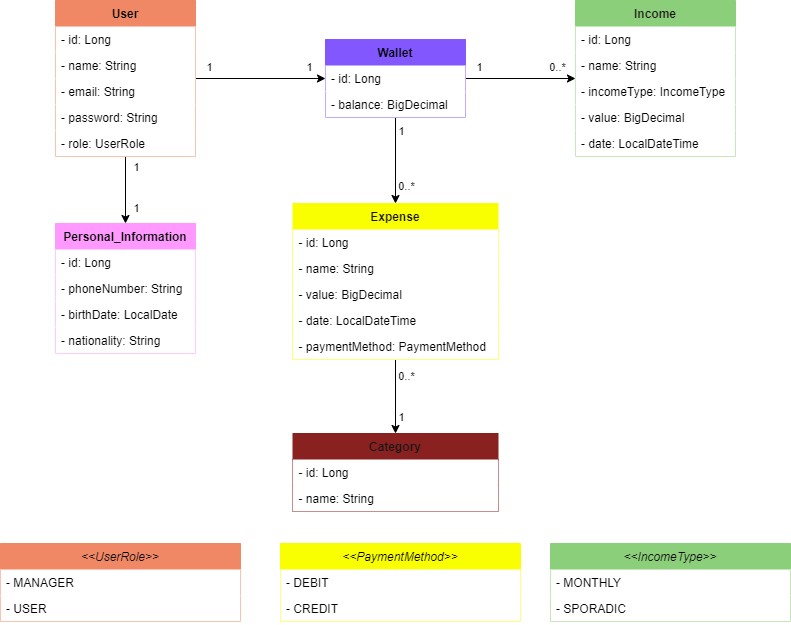
luizfiliperm/finance-api keeps this draw.io diagram as uml.png. Above is the earlier version. Source tidied: cells renumbered, new cells last; positions are measured from the earlier drawing's top-left corner, leaving out a move shared by most shapes.
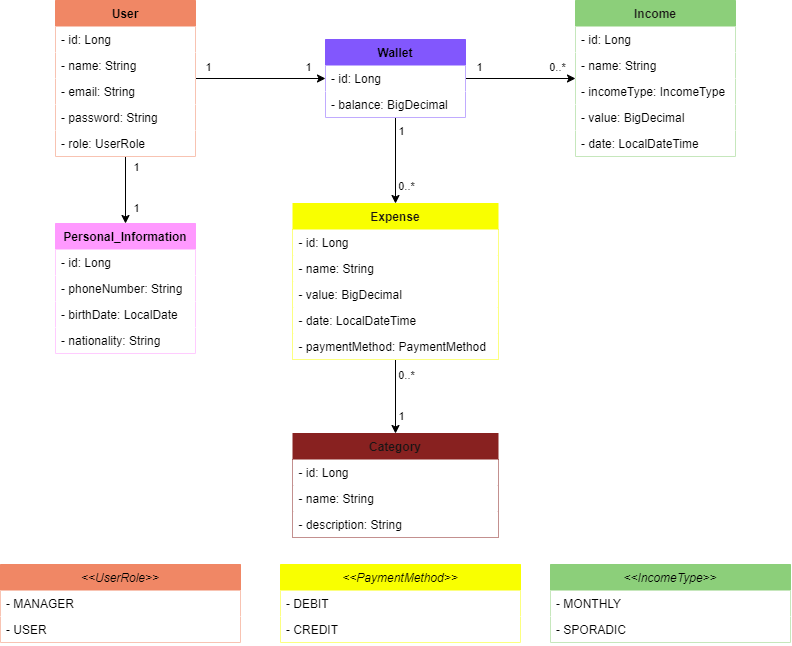
The same file after the commit.

Commit message:
Adding "description" field to category at UML diagram

What changed in the source:
```diff
@@ -100,7 +100,7 @@
       <mxGeometry y="130" width="160" height="26" as="geometry" />
     </mxCell>
     <mxCell id="29" value="&lt;&lt;IncomeType&gt;&gt;" style="swimlane;fontStyle=2;horizontal=1;startSize=26;fillColor=#8ccf7a;strokeColor=#8ccf7a;fontColor=#000000;rounded=0;" parent="1" vertex="1">
-      <mxGeometry x="550" y="543" width="240" height="78" as="geometry" />
+      <mxGeometry x="550" y="564" width="240" height="78" as="geometry" />
     </mxCell>
     <mxCell id="30" value="- MONTHLY" style="text;strokeColor=none;fillColor=#FFFFFF;align=left;verticalAlign=top;spacingLeft=4;spacingRight=4;overflow=hidden;fontColor=#000000;rounded=0;" parent="29" vertex="1">
       <mxGeometry y="26" width="240" height="26" as="geometry" />
@@ -140,7 +140,7 @@
       <mxGeometry y="130" width="205" height="26" as="geometry" />
     </mxCell>
     <mxCell id="41" value="&lt;&lt;PaymentMethod&gt;&gt;" style="swimlane;fontStyle=2;horizontal=1;startSize=26;fillColor=#f9ff00;strokeColor=#f9ff00;fontColor=#000000;rounded=0;" parent="1" vertex="1">
-      <mxGeometry x="280" y="543" width="240" height="78" as="geometry" />
+      <mxGeometry x="280" y="564" width="240" height="78" as="geometry" />
     </mxCell>
     <mxCell id="42" value="- DEBIT" style="text;strokeColor=none;fillColor=#FFFFFF;align=left;verticalAlign=top;spacingLeft=4;spacingRight=4;overflow=hidden;fontColor=#000000;rounded=0;" parent="41" vertex="1">
       <mxGeometry y="26" width="240" height="26" as="geometry" />
@@ -149,7 +149,7 @@
       <mxGeometry y="52" width="240" height="26" as="geometry" />
     </mxCell>
     <mxCell id="44" value="Category" style="swimlane;fontStyle=1;horizontal=1;startSize=26;fillColor=#882120;strokeColor=#882120;fontColor=#191515;rounded=0;" parent="1" vertex="1">
-      <mxGeometry x="292.5" y="433" width="205" height="78" as="geometry" />
+      <mxGeometry x="292.5" y="433" width="205" height="104" as="geometry" />
     </mxCell>
     <mxCell id="45" value="- id: Long" style="text;strokeColor=none;fillColor=#FFFFFF;align=left;verticalAlign=top;spacingLeft=4;spacingRight=4;overflow=hidden;fontColor=#000000;rounded=0;" parent="44" vertex="1">
       <mxGeometry y="26" width="205" height="26" as="geometry" />
@@ -157,6 +157,9 @@
     <mxCell id="46" value="- name: String" style="text;strokeColor=none;fillColor=#FFFFFF;align=left;verticalAlign=top;spacingLeft=4;spacingRight=4;overflow=hidden;fontStyle=0;fontColor=#000000;rounded=0;" parent="44" vertex="1">
       <mxGeometry y="52" width="205" height="26" as="geometry" />
     </mxCell>
+    <mxCell id="55" value="- description: String" style="text;strokeColor=none;fillColor=#FFFFFF;align=left;verticalAlign=top;spacingLeft=4;spacingRight=4;overflow=hidden;fontStyle=0;fontColor=#000000;rounded=0;" parent="44" vertex="1">
+      <mxGeometry y="78" width="205" height="26" as="geometry" />
+    </mxCell>
     <mxCell id="47" value="Personal_Information" style="swimlane;fontStyle=1;horizontal=1;startSize=26;fillColor=#FF99FF;fontColor=#000000;strokeColor=#FF99FF;rounded=0;" parent="1" vertex="1">
       <mxGeometry x="55" y="223" width="140" height="130" as="geometry" />
     </mxCell>
@@ -173,7 +176,7 @@
       <mxGeometry y="104" width="140" height="26" as="geometry" />
     </mxCell>
     <mxCell id="52" value="&lt;&lt;UserRole&gt;&gt;" style="swimlane;fontStyle=2;horizontal=1;startSize=26;fillColor=#F08765;strokeColor=#F08765;fontColor=#000000;rounded=0;" parent="1" vertex="1">
-      <mxGeometry y="543" width="240" height="78" as="geometry" />
+      <mxGeometry y="564" width="240" height="78" as="geometry" />
     </mxCell>
     <mxCell id="53" value="- MANAGER" style="text;strokeColor=none;fillColor=#FFFFFF;align=left;verticalAlign=top;spacingLeft=4;spacingRight=4;overflow=hidden;fontColor=#000000;rounded=0;" parent="52" vertex="1">
       <mxGeometry y="26" width="240" height="26" as="geometry" />
```
